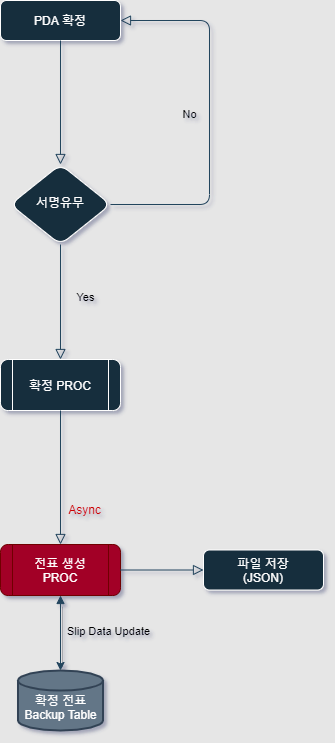
This is New PDA Confrim.png from seunggeunjo/Flow-Chart, a draw.io export, as it was before one commit. Source tidied: cells renumbered, new cells last; positions are measured from the earlier drawing's top-left corner, leaving out a move shared by most shapes.
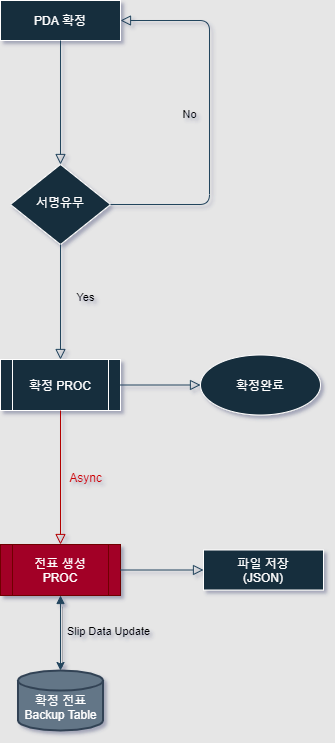
The same file after the commit.

Diff of the diagram source:
```diff
@@ -2,23 +2,23 @@
   <root>
     <mxCell id="0" />
     <mxCell id="1" parent="0" />
-    <mxCell id="2" value="PDA 확정" style="whiteSpace=wrap;html=1;fontSize=12;glass=0;strokeWidth=1;shadow=0;fillColor=#182E3E;strokeColor=#FFFFFF;fontColor=#FFFFFF;rounded=1;" parent="1" vertex="1">
+    <mxCell id="2" value="PDA 확정" style="whiteSpace=wrap;html=1;fontSize=12;glass=0;strokeWidth=1;shadow=0;fillColor=#182E3E;strokeColor=#FFFFFF;fontColor=#FFFFFF;" parent="1" vertex="1">
       <mxGeometry width="120" height="40" as="geometry" />
     </mxCell>
-    <mxCell id="3" value="서명유무" style="rhombus;whiteSpace=wrap;html=1;shadow=0;fontFamily=Helvetica;fontSize=12;align=center;strokeWidth=1;spacing=6;spacingTop=-4;fillColor=#182E3E;strokeColor=#FFFFFF;fontColor=#FFFFFF;rounded=1;" parent="1" vertex="1">
+    <mxCell id="3" value="서명유무" style="rhombus;whiteSpace=wrap;html=1;shadow=0;fontFamily=Helvetica;fontSize=12;align=center;strokeWidth=1;spacing=6;spacingTop=-4;fillColor=#182E3E;strokeColor=#FFFFFF;fontColor=#FFFFFF;" parent="1" vertex="1">
       <mxGeometry x="10" y="164" width="100" height="80" as="geometry" />
     </mxCell>
-    <mxCell id="4" value="확정 PROC" style="shape=process;whiteSpace=wrap;html=1;backgroundOutline=1;fillColor=#182E3E;strokeColor=#FFFFFF;fontColor=#FFFFFF;rounded=1;" parent="1" vertex="1">
+    <mxCell id="4" value="확정 PROC" style="shape=process;whiteSpace=wrap;html=1;backgroundOutline=1;fillColor=#182E3E;strokeColor=#FFFFFF;fontColor=#FFFFFF;" parent="1" vertex="1">
       <mxGeometry y="359" width="120" height="51" as="geometry" />
     </mxCell>
-    <mxCell id="5" value="&lt;font color=&quot;#000000&quot;&gt;Slip Data Update&lt;/font&gt;" style="edgeStyle=none;rounded=0;sketch=0;jettySize=auto;html=1;exitX=0.5;exitY=1;exitDx=0;exitDy=0;entryX=0.5;entryY=0;entryDx=0;entryDy=0;entryPerimeter=0;shadow=1;fontColor=#CC0000;startArrow=block;startFill=1;strokeColor=#23445D;verticalAlign=middle;labelBackgroundColor=none;" parent="1" edge="1" source="6" target="14">
+    <mxCell id="5" value="&lt;font color=&quot;#000000&quot;&gt;Slip Data Update&lt;/font&gt;" style="edgeStyle=none;sketch=0;jettySize=auto;html=1;exitX=0.5;exitY=1;exitDx=0;exitDy=0;entryX=0.5;entryY=0;entryDx=0;entryDy=0;entryPerimeter=0;shadow=1;fontColor=#CC0000;startArrow=block;startFill=1;strokeColor=#23445D;verticalAlign=middle;labelBackgroundColor=none;" parent="1" edge="1" source="6" target="14">
       <mxGeometry x="-0.04" y="48" relative="1" as="geometry" />
     </mxCell>
-    <mxCell id="6" value="전표 생성&lt;br&gt;PROC" style="shape=process;whiteSpace=wrap;html=1;backgroundOutline=1;fillColor=#a20025;strokeColor=#6F0000;fontColor=#ffffff;rounded=1;" parent="1" vertex="1">
+    <mxCell id="6" value="전표 생성&lt;br&gt;PROC" style="shape=process;whiteSpace=wrap;html=1;backgroundOutline=1;fillColor=#a20025;strokeColor=#6F0000;fontColor=#ffffff;" parent="1" vertex="1">
       <mxGeometry y="544" width="120" height="51" as="geometry" />
     </mxCell>
     <mxCell id="7" value="&lt;font&gt;Async&lt;/font&gt;" style="text;html=1;align=center;verticalAlign=middle;strokeColor=none;fontColor=#CC0000;" parent="1" vertex="1">
-      <mxGeometry x="62" y="500" width="43" height="18" as="geometry" />
+      <mxGeometry x="63" y="468" width="43" height="18" as="geometry" />
     </mxCell>
     <mxCell id="8" style="edgeStyle=orthogonalEdgeStyle;html=1;jettySize=auto;fontSize=11;endArrow=block;endFill=0;endSize=8;strokeWidth=1;shadow=0;labelBackgroundColor=none;strokeColor=#23445D;exitX=0.5;exitY=1;exitDx=0;exitDy=0;" parent="1" edge="1" source="2" target="3">
       <mxGeometry x="-0.07" y="25" relative="1" as="geometry" />
@@ -26,7 +26,7 @@
     <mxCell id="9" value="Yes" style="edgeStyle=orthogonalEdgeStyle;html=1;jettySize=auto;fontSize=11;endArrow=block;endFill=0;endSize=8;strokeWidth=1;shadow=0;labelBackgroundColor=none;strokeColor=#23445D;entryX=0.5;entryY=0;entryDx=0;entryDy=0;" parent="1" edge="1" source="3" target="4">
       <mxGeometry x="-0.07" y="25" relative="1" as="geometry" />
     </mxCell>
-    <mxCell id="10" style="edgeStyle=orthogonalEdgeStyle;html=1;jettySize=auto;fontSize=11;endArrow=block;endFill=0;endSize=8;strokeWidth=1;shadow=0;labelBackgroundColor=none;strokeColor=#23445D;entryX=0.5;entryY=0;entryDx=0;entryDy=0;" parent="1" edge="1" source="4" target="6">
+    <mxCell id="10" style="edgeStyle=orthogonalEdgeStyle;html=1;jettySize=auto;fontSize=11;endArrow=block;endFill=0;endSize=8;strokeWidth=1;shadow=0;labelBackgroundColor=none;strokeColor=#B20000;entryX=0.5;entryY=0;entryDx=0;entryDy=0;fillColor=#e51400;" parent="1" edge="1" source="4" target="6">
       <mxGeometry x="-0.07" y="25" relative="1" as="geometry" />
     </mxCell>
     <mxCell id="11" value="No" style="edgeStyle=orthogonalEdgeStyle;html=1;jettySize=auto;fontSize=11;endArrow=block;endFill=0;endSize=8;strokeWidth=1;shadow=0;labelBackgroundColor=none;strokeColor=#23445D;entryX=1;entryY=0.5;entryDx=0;entryDy=0;" parent="1" edge="1" source="3" target="2">
@@ -40,11 +40,17 @@
     <mxCell id="12" style="edgeStyle=orthogonalEdgeStyle;html=1;jettySize=auto;fontSize=11;endArrow=block;endFill=0;endSize=8;strokeWidth=1;shadow=0;labelBackgroundColor=none;strokeColor=#23445D;entryX=0;entryY=0.5;entryDx=0;entryDy=0;" parent="1" edge="1" source="6" target="13">
       <mxGeometry x="-0.07" y="25" relative="1" as="geometry" />
     </mxCell>
-    <mxCell id="13" value="파일 저장&lt;br&gt;(JSON)" style="whiteSpace=wrap;html=1;fontSize=12;glass=0;strokeWidth=1;shadow=0;fillColor=#182E3E;strokeColor=#FFFFFF;fontColor=#FFFFFF;rounded=1;" parent="1" vertex="1">
+    <mxCell id="13" value="파일 저장&lt;br&gt;(JSON)" style="whiteSpace=wrap;html=1;fontSize=12;glass=0;strokeWidth=1;shadow=0;fillColor=#182E3E;strokeColor=#FFFFFF;fontColor=#FFFFFF;" parent="1" vertex="1">
       <mxGeometry x="203" y="549.5" width="120" height="40" as="geometry" />
     </mxCell>
-    <mxCell id="14" value="&lt;br&gt;확정 전표 Backup Table" style="strokeWidth=2;html=1;shape=mxgraph.flowchart.database;whiteSpace=wrap;rounded=1;sketch=0;fillColor=#647687;strokeColor=#314354;fontColor=#ffffff;" parent="1" vertex="1">
+    <mxCell id="14" value="&lt;br&gt;확정 전표 Backup Table" style="strokeWidth=2;html=1;shape=mxgraph.flowchart.database;whiteSpace=wrap;sketch=0;fillColor=#647687;strokeColor=#314354;fontColor=#ffffff;" parent="1" vertex="1">
       <mxGeometry x="17.5" y="670" width="85" height="60" as="geometry" />
     </mxCell>
+    <mxCell id="15" value="확정완료" style="ellipse;whiteSpace=wrap;html=1;fontColor=#FFFFFF;strokeColor=#FFFFFF;fillColor=#182E3E;" parent="1" vertex="1">
+      <mxGeometry x="200" y="354.5" width="120" height="60" as="geometry" />
+    </mxCell>
+    <mxCell id="16" style="edgeStyle=orthogonalEdgeStyle;html=1;jettySize=auto;fontSize=11;endArrow=block;endFill=0;endSize=8;strokeWidth=1;shadow=0;labelBackgroundColor=none;strokeColor=#23445D;entryX=0;entryY=0.5;entryDx=0;entryDy=0;exitX=1;exitY=0.5;exitDx=0;exitDy=0;" parent="1" edge="1" source="4" target="15">
+      <mxGeometry x="-0.07" y="25" relative="1" as="geometry" />
+    </mxCell>
   </root>
 </mxGraphModel>
```
